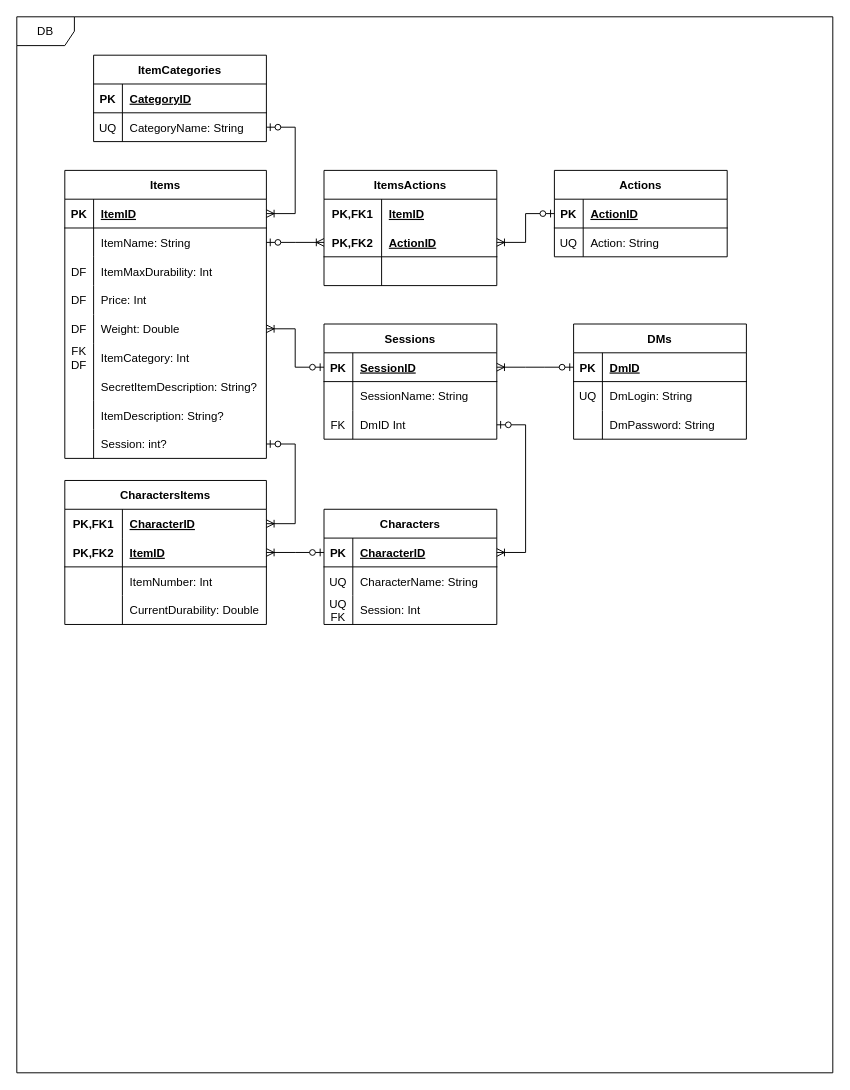
Above: Schemes/DBScheme.drawio in michaelenoroexe/DndItemManagement (draw.io), before the change. Source tidied: cells renumbered, new cells numbered last; positions are measured from the earlier drawing's top-left corner, leaving out a move shared by most shapes. Both pictures are drawn from the tidied source at 96%, with x=0, y=0 at pixel (16, 16).
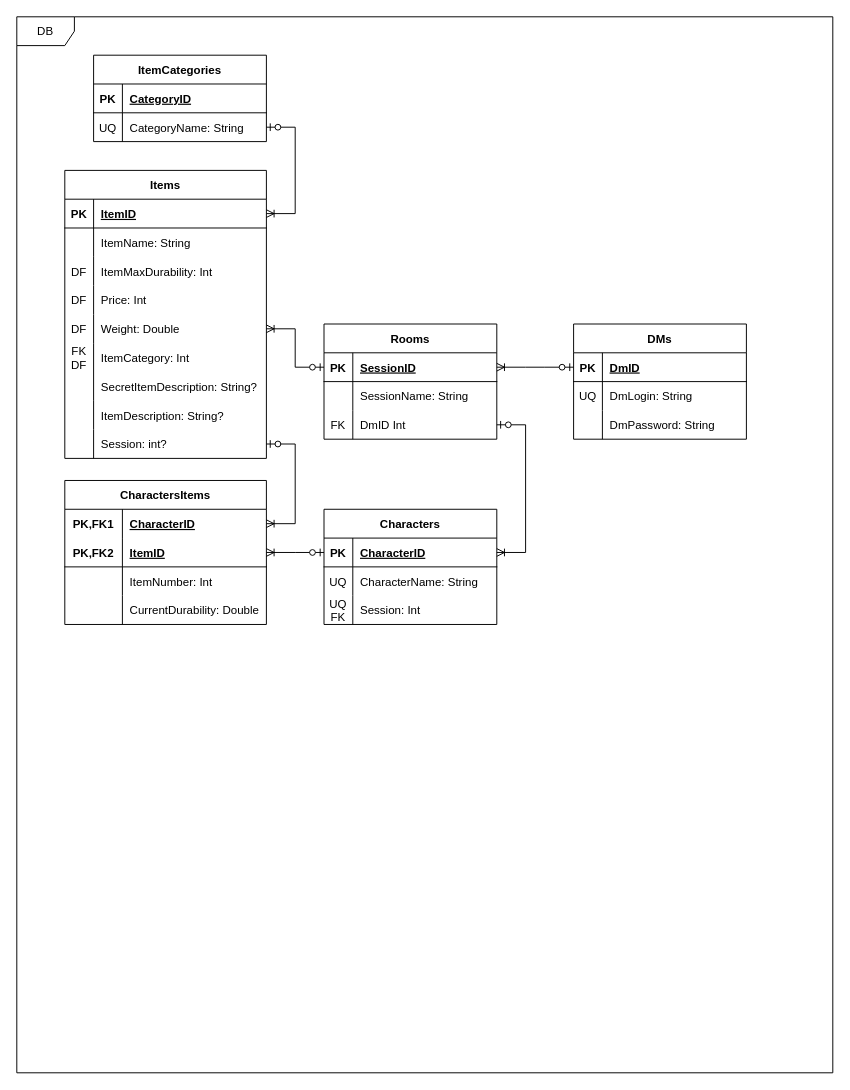
After the change.

The change refers to these unchanged cells:
```xml
<mxCell id="14" style="shape=tableRow;horizontal=0;startSize=0;swimlaneHead=0;swimlaneBody=0;fillColor=none;points=[[0,0.5],[1,0.5]];portConstraint=eastwest;top=0;left=0;right=0;bottom=0;" parent="10" vertex="1">
  <mxGeometry y="60" width="210" height="30" as="geometry" />
</mxCell>
```

The edit, as a diff of the source:
```diff
@@
-    <mxCell id="38" value="Actions" style="shape=table;startSize=30;childLayout=tableLayout;rowLines=0;fontStyle=1;align=center;" parent="1" vertex="1">
-      <mxGeometry x="560" y="160" width="180" height="90" as="geometry" />
-    </mxCell>
-    <mxCell id="39" style="shape=tableRow;horizontal=0;startSize=0;swimlaneHead=0;swimlaneBody=0;fillColor=none;points=[[0,0.5],[1,0.5]];portConstraint=eastwest;top=0;left=0;right=0;bottom=1;" parent="38" vertex="1">
-      <mxGeometry y="30" width="180" height="30" as="geometry" />
-    </mxCell>
-    <mxCell id="40" value="PK" style="shape=partialRectangle;fillColor=none;top=0;left=0;bottom=0;right=0;fontStyle=1;overflow=hidden;" parent="39" vertex="1">
-      <mxGeometry width="30" height="30" as="geometry" />
-    </mxCell>
-    <mxCell id="41" value="ActionID" style="shape=partialRectangle;fillColor=none;top=0;left=0;bottom=0;right=0;align=left;spacingLeft=6;fontStyle=5;overflow=hidden;" parent="39" vertex="1">
-      <mxGeometry x="30" width="150" height="30" as="geometry" />
-    </mxCell>
-    <mxCell id="42" style="shape=tableRow;horizontal=0;startSize=0;swimlaneHead=0;swimlaneBody=0;fillColor=none;top=0;left=0;right=0;bottom=0;" parent="38" vertex="1">
-      <mxGeometry y="60" width="180" height="30" as="geometry" />
-    </mxCell>
-    <mxCell id="43" value="UQ" style="shape=partialRectangle;fillColor=none;top=0;left=0;bottom=0;right=0;overflow=hidden;" parent="42" vertex="1">
-      <mxGeometry width="30" height="30" as="geometry" />
-    </mxCell>
-    <mxCell id="44" value="Action: String" style="shape=partialRectangle;fillColor=none;top=0;left=0;bottom=0;right=0;align=left;spacingLeft=6;overflow=hidden;" parent="42" vertex="1">
-      <mxGeometry x="30" width="150" height="30" as="geometry" />
-    </mxCell>
-    <mxCell id="45" value="ItemsActions" style="shape=table;startSize=30;childLayout=tableLayout;rowLines=0;fontStyle=1;align=center;" parent="1" vertex="1">
-      <mxGeometry x="320" y="160" width="180" height="120" as="geometry" />
-    </mxCell>
-    <mxCell id="46" style="shape=tableRow;horizontal=0;startSize=0;swimlaneHead=0;swimlaneBody=0;fillColor=none;top=0;left=0;right=0;bottom=0;" parent="45" vertex="1">
-      <mxGeometry y="30" width="180" height="30" as="geometry" />
-    </mxCell>
-    <mxCell id="47" value="PK,FK1" style="shape=partialRectangle;fillColor=none;top=0;left=0;bottom=0;right=0;fontStyle=1;overflow=hidden;" parent="46" vertex="1">
-      <mxGeometry width="60" height="30" as="geometry" />
-    </mxCell>
-    <mxCell id="48" value="ItemID" style="shape=partialRectangle;fillColor=none;top=0;left=0;bottom=0;right=0;align=left;spacingLeft=6;fontStyle=5;overflow=hidden;" parent="46" vertex="1">
-      <mxGeometry x="60" width="120" height="30" as="geometry" />
-    </mxCell>
-    <mxCell id="49" style="shape=tableRow;horizontal=0;startSize=0;swimlaneHead=0;swimlaneBody=0;fillColor=none;points=[[0,0.5],[1,0.5]];portConstraint=eastwest;top=0;left=0;right=0;bottom=1;" parent="45" vertex="1">
-      <mxGeometry y="60" width="180" height="30" as="geometry" />
-    </mxCell>
-    <mxCell id="50" value="PK,FK2" style="shape=partialRectangle;fillColor=none;top=0;left=0;bottom=0;right=0;fontStyle=1;overflow=hidden;" parent="49" vertex="1">
-      <mxGeometry width="60" height="30" as="geometry" />
-    </mxCell>
-    <mxCell id="51" value="ActionID" style="shape=partialRectangle;fillColor=none;top=0;left=0;bottom=0;right=0;align=left;spacingLeft=6;fontStyle=5;overflow=hidden;" parent="49" vertex="1">
-      <mxGeometry x="60" width="120" height="30" as="geometry" />
-    </mxCell>
-    <mxCell id="52" style="shape=tableRow;horizontal=0;startSize=0;swimlaneHead=0;swimlaneBody=0;fillColor=none;top=0;left=0;right=0;bottom=0;" parent="45" vertex="1">
-      <mxGeometry y="90" width="180" height="30" as="geometry" />
-    </mxCell>
-    <mxCell id="53" style="shape=partialRectangle;fillColor=none;top=0;left=0;bottom=0;right=0;overflow=hidden;" parent="52" vertex="1">
-      <mxGeometry width="60" height="30" as="geometry" />
-    </mxCell>
-    <mxCell id="54" style="shape=partialRectangle;fillColor=none;top=0;left=0;bottom=0;right=0;align=left;spacingLeft=6;overflow=hidden;" parent="52" vertex="1">
-      <mxGeometry x="60" width="120" height="30" as="geometry" />
-    </mxCell>
@@
-    <mxCell id="65" value="Sessions" style="shape=table;startSize=30;childLayout=tableLayout;rowLines=0;fontStyle=1;align=center;" parent="1" vertex="1">
+    <mxCell id="65" value="Rooms" style="shape=table;startSize=30;childLayout=tableLayout;rowLines=0;fontStyle=1;align=center;" parent="1" vertex="1">
       <mxGeometry x="320" y="320" width="180" height="120" as="geometry" />
     </mxCell>
@@
-    <mxCell id="102" style="edgeStyle=entityRelationEdgeStyle;fontSize=12;html=1;endArrow=ERoneToMany;startArrow=ERzeroToOne;rounded=0;exitX=1;exitY=0.5;exitDx=0;exitDy=0;entryX=0;entryY=0.5;entryDx=0;entryDy=0;" parent="1" edge="1" source="14" target="49">
-      <mxGeometry relative="1" as="geometry" />
-    </mxCell>
@@
-    <mxCell id="104" style="edgeStyle=entityRelationEdgeStyle;fontSize=12;html=1;endArrow=ERoneToMany;startArrow=ERzeroToOne;rounded=0;exitX=0;exitY=0.5;exitDx=0;exitDy=0;entryX=1;entryY=0.5;entryDx=0;entryDy=0;" parent="1" edge="1" source="39" target="49">
-      <mxGeometry relative="1" as="geometry" />
-    </mxCell>
```
